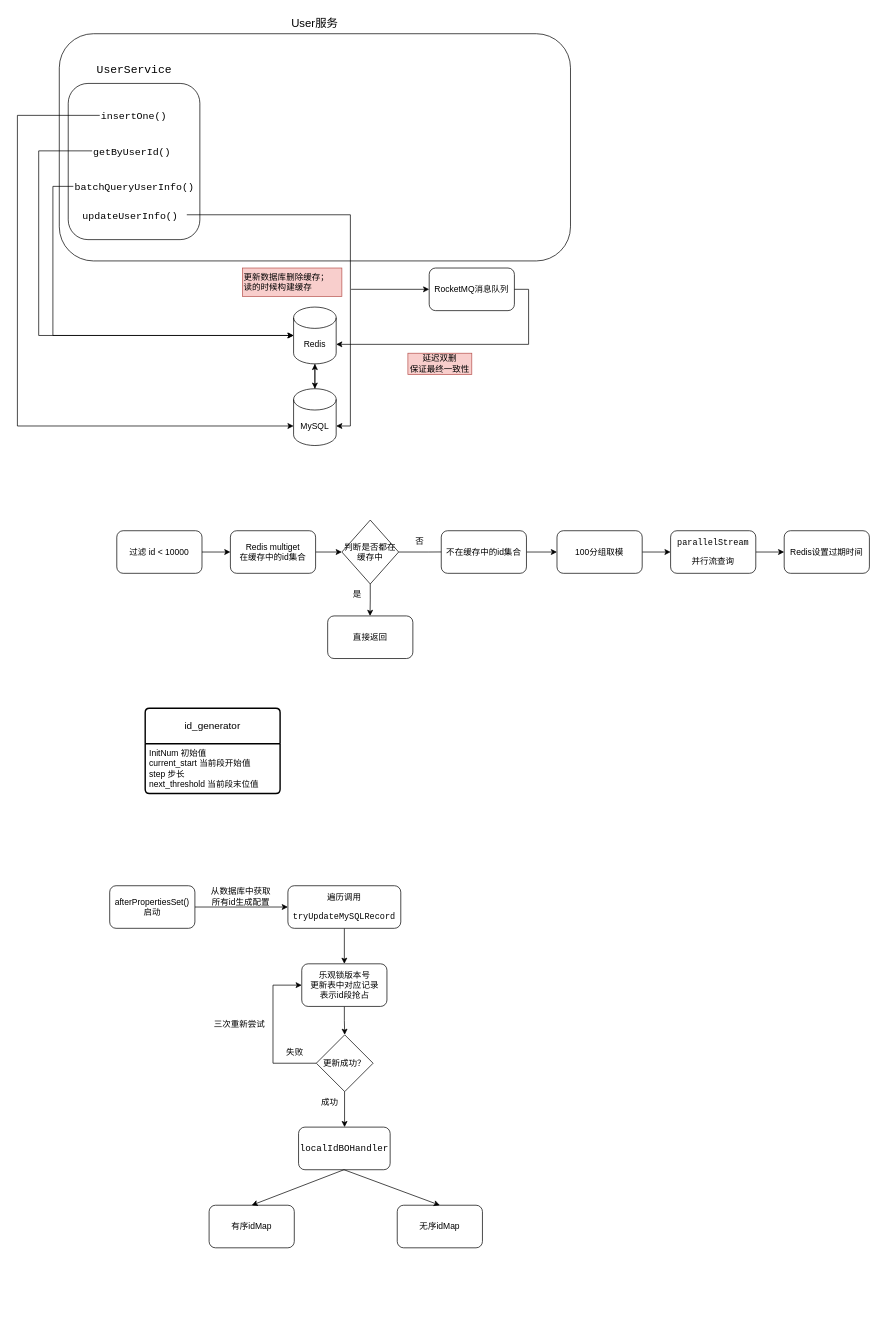
This is 直播项目.drawio from 1155200424/diagrams, a draw.io file, before an edit. Source tidied: cells renumbered, new cells numbered last; positions are measured from the earlier drawing's top-left corner, leaving out a move shared by most shapes. Both pictures are drawn from the tidied source at 71%, with x=0, y=0 at pixel (17, 12).
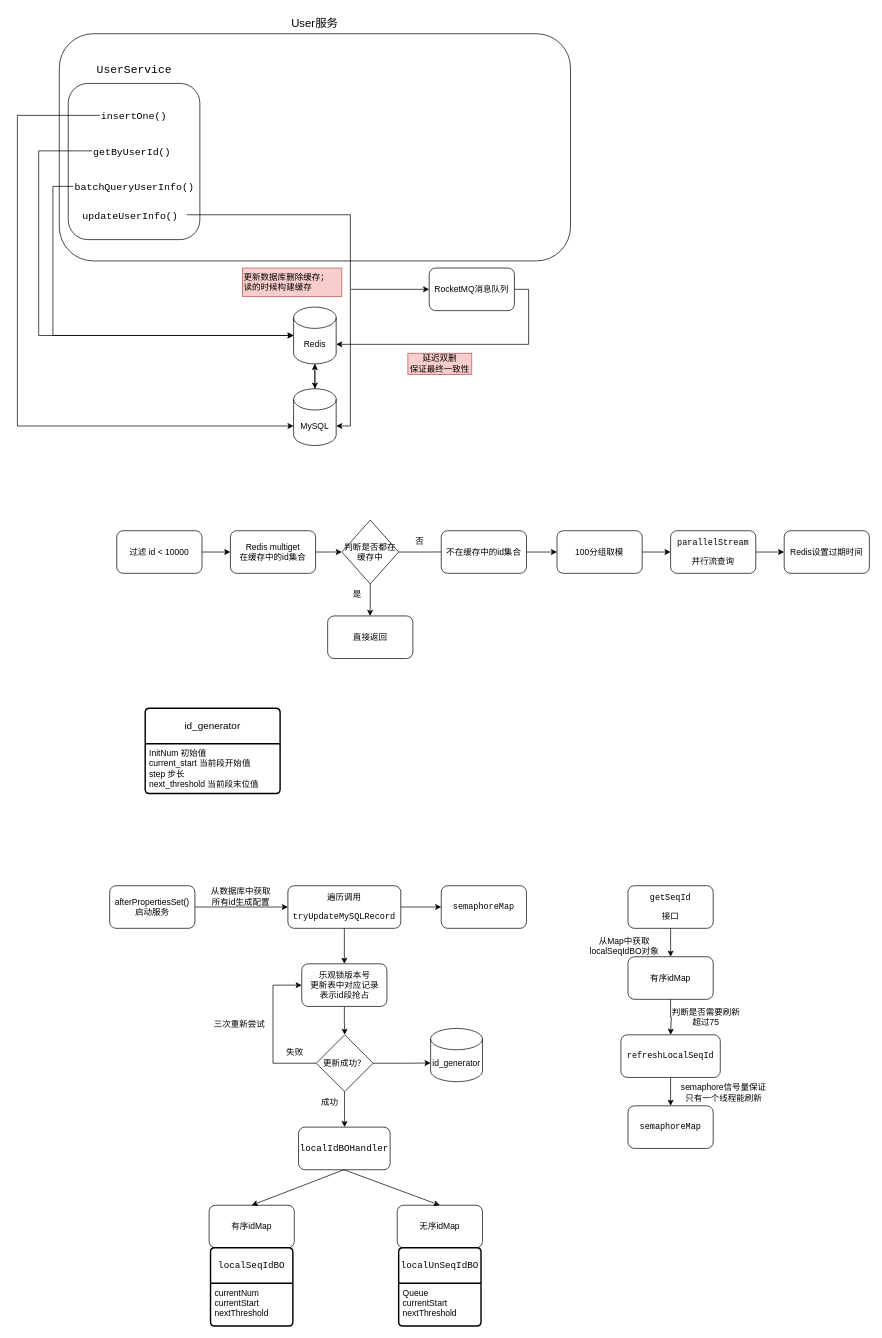
The same diagram, later.

Commit message:
更新直播项目.drawio

The change refers to these unchanged cells:
```xml
<mxCell id="46" value="&lt;div style=&quot;&quot;&gt;&lt;pre style=&quot;font-family: &amp;quot;JetBrains Mono&amp;quot;, monospace;&quot;&gt;遍历调用&lt;/pre&gt;&lt;pre style=&quot;font-family: &amp;quot;JetBrains Mono&amp;quot;, monospace;&quot;&gt;tryUpdateMySQLRecord&lt;/pre&gt;&lt;/div&gt;" style="rounded=1;whiteSpace=wrap;html=1;fontColor=default;labelBackgroundColor=none;" parent="1" vertex="1">
  <mxGeometry x="381" y="1230" width="159" height="60" as="geometry" />
</mxCell>
<mxCell id="52" value="更新成功？" style="rhombus;whiteSpace=wrap;html=1;" parent="1" vertex="1">
  <mxGeometry x="421" y="1440" width="80" height="80" as="geometry" />
</mxCell>
```

What changed in the source:
```diff
@@
-    <mxCell id="44" value="afterPropertiesSet()&lt;br&gt;启动" style="rounded=1;whiteSpace=wrap;html=1;" parent="1" vertex="1">
+    <mxCell id="44" value="afterPropertiesSet()&lt;br&gt;启动服务" style="rounded=1;whiteSpace=wrap;html=1;" parent="1" vertex="1">
       <mxGeometry x="130" y="1230" width="120" height="60" as="geometry" />
     </mxCell>
@@
+    <mxCell id="61" style="edgeStyle=orthogonalEdgeStyle;rounded=0;jettySize=auto;html=1;exitX=1;exitY=0.5;exitDx=0;exitDy=0;entryX=0;entryY=0.5;entryDx=0;entryDy=0;" parent="1" edge="1" source="46" target="72">
+      <mxGeometry relative="1" as="geometry" />
+    </mxCell>
@@
+    <mxCell id="62" value="&lt;div style=&quot;&quot;&gt;&lt;pre style=&quot;font-family: &amp;quot;JetBrains Mono&amp;quot;, monospace;&quot;&gt;&lt;font style=&quot;font-size: 13px;&quot;&gt;localSeqIdBO&lt;/font&gt;&lt;/pre&gt;&lt;/div&gt;" style="swimlane;horizontal=1;startSize=50;rounded=1;fontSize=14;fontStyle=0;strokeWidth=2;shadow=0;dashed=0;align=center;arcSize=4;whiteSpace=wrap;html=1;fontColor=default;labelBackgroundColor=none;" parent="1" vertex="1">
+      <mxGeometry x="272" y="1740" width="116" height="110" as="geometry" />
+    </mxCell>
+    <mxCell id="63" value="currentNum&lt;br&gt;currentStart&lt;br&gt;nextThreshold" style="align=left;strokeColor=none;fillColor=none;spacingLeft=4;fontSize=12;verticalAlign=top;html=1;" parent="62" vertex="1">
+      <mxGeometry y="50" width="116" height="60" as="geometry" />
+    </mxCell>
+    <mxCell id="64" value="&lt;div style=&quot;font-size: 13px;&quot;&gt;&lt;pre style=&quot;font-family: &amp;quot;JetBrains Mono&amp;quot;, monospace; font-size: 13px;&quot;&gt;&lt;div style=&quot;font-size: 13px;&quot;&gt;&lt;pre style=&quot;font-family: &amp;quot;JetBrains Mono&amp;quot;, monospace; font-size: 13px;&quot;&gt;localUnSeqIdBO&lt;/pre&gt;&lt;/div&gt;&lt;/pre&gt;&lt;/div&gt;" style="swimlane;horizontal=1;startSize=50;rounded=1;fontSize=13;fontStyle=0;strokeWidth=2;shadow=0;dashed=0;align=center;arcSize=4;whiteSpace=wrap;html=1;fontColor=default;labelBackgroundColor=none;" parent="1" vertex="1">
+      <mxGeometry x="537" y="1740" width="116" height="110" as="geometry" />
+    </mxCell>
+    <mxCell id="65" value="Queue&lt;br&gt;currentStart&lt;br&gt;nextThreshold" style="align=left;strokeColor=none;fillColor=none;spacingLeft=4;fontSize=12;verticalAlign=top;html=1;" parent="64" vertex="1">
+      <mxGeometry y="50" width="116" height="60" as="geometry" />
+    </mxCell>
+    <mxCell id="66" value="id_generator" style="shape=cylinder3;whiteSpace=wrap;html=1;boundedLbl=1;backgroundOutline=1;size=15;" parent="1" vertex="1">
+      <mxGeometry x="582" y="1431" width="73" height="75" as="geometry" />
+    </mxCell>
+    <mxCell id="67" style="edgeStyle=orthogonalEdgeStyle;rounded=0;jettySize=auto;html=1;exitX=1;exitY=0.5;exitDx=0;exitDy=0;entryX=0;entryY=0;entryDx=0;entryDy=48.75;entryPerimeter=0;" parent="1" edge="1" source="52" target="66">
+      <mxGeometry relative="1" as="geometry" />
+    </mxCell>
+    <mxCell id="68" value="&lt;div style=&quot;&quot;&gt;&lt;pre style=&quot;font-family: &amp;quot;JetBrains Mono&amp;quot;, monospace;&quot;&gt;&lt;font style=&quot;font-size: 12px;&quot;&gt;getSeqId&lt;/font&gt;&lt;/pre&gt;&lt;pre style=&quot;font-family: &amp;quot;JetBrains Mono&amp;quot;, monospace;&quot;&gt;接口&lt;/pre&gt;&lt;/div&gt;" style="rounded=1;whiteSpace=wrap;html=1;fontColor=default;labelBackgroundColor=none;" parent="1" vertex="1">
+      <mxGeometry x="860" y="1230" width="120" height="60" as="geometry" />
+    </mxCell>
+    <mxCell id="69" style="edgeStyle=orthogonalEdgeStyle;rounded=0;jettySize=auto;html=1;exitX=0.5;exitY=1;exitDx=0;exitDy=0;" parent="1" edge="1" source="70">
+      <mxGeometry relative="1" as="geometry">
+        <mxPoint x="920" y="1440" as="targetPoint" />
+        <Array as="points">
+          <mxPoint x="920" y="1415" />
+          <mxPoint x="921" y="1440" />
+        </Array>
+      </mxGeometry>
+    </mxCell>
+    <mxCell id="70" value="有序idMap" style="rounded=1;whiteSpace=wrap;html=1;" parent="1" vertex="1">
+      <mxGeometry x="860" y="1330" width="120" height="60" as="geometry" />
+    </mxCell>
+    <mxCell id="71" style="endArrow=classic;html=1;rounded=0;" parent="1" edge="1" target="70">
+      <mxGeometry relative="1" as="geometry">
+        <mxPoint x="920" y="1290" as="sourcePoint" />
+      </mxGeometry>
+    </mxCell>
+    <mxCell id="72" value="&lt;div style=&quot;&quot;&gt;&lt;pre style=&quot;font-family: &amp;quot;JetBrains Mono&amp;quot;, monospace;&quot;&gt;&lt;font style=&quot;font-size: 12px;&quot;&gt;semaphoreMap&lt;/font&gt;&lt;/pre&gt;&lt;/div&gt;" style="rounded=1;whiteSpace=wrap;html=1;fontColor=default;labelBackgroundColor=none;" parent="1" vertex="1">
+      <mxGeometry x="597" y="1230" width="120" height="60" as="geometry" />
+    </mxCell>
+    <mxCell id="73" value="从Map中获取localSeqIdBO对象" style="text;html=1;align=center;verticalAlign=middle;whiteSpace=wrap;rounded=0;" parent="1" vertex="1">
+      <mxGeometry x="800" y="1300" width="110" height="30" as="geometry" />
+    </mxCell>
+    <mxCell id="74" style="edgeStyle=orthogonalEdgeStyle;rounded=0;jettySize=auto;html=1;exitX=0.5;exitY=1;exitDx=0;exitDy=0;entryX=0.5;entryY=0;entryDx=0;entryDy=0;" parent="1" edge="1" source="75" target="77">
+      <mxGeometry relative="1" as="geometry" />
+    </mxCell>
+    <mxCell id="75" value="&lt;div style=&quot;font-size: 12px;&quot;&gt;&lt;pre style=&quot;font-family: &amp;quot;JetBrains Mono&amp;quot;, monospace; font-size: 12px;&quot;&gt;refreshLocalSeqId&lt;/pre&gt;&lt;/div&gt;" style="rounded=1;whiteSpace=wrap;html=1;fontSize=12;fontColor=default;labelBackgroundColor=none;" parent="1" vertex="1">
+      <mxGeometry x="850" y="1440" width="140" height="60" as="geometry" />
+    </mxCell>
+    <mxCell id="76" value="判断是否需要刷新&lt;br&gt;超过75" style="text;html=1;align=center;verticalAlign=middle;whiteSpace=wrap;rounded=0;" parent="1" vertex="1">
+      <mxGeometry x="920" y="1400" width="100" height="30" as="geometry" />
+    </mxCell>
+    <mxCell id="77" value="&lt;div style=&quot;background-color:#1e1f22;color:#bcbec4&quot;&gt;&lt;pre style=&quot;font-family:'JetBrains Mono',monospace;font-size:12.0pt;&quot;&gt;&lt;pre style=&quot;border-color: var(--border-color); color: rgb(0, 0, 0); font-size: 12px; background-color: rgb(251, 251, 251); font-family: &amp;quot;JetBrains Mono&amp;quot;, monospace;&quot;&gt;&lt;font style=&quot;border-color: var(--border-color);&quot;&gt;semaphoreMap&lt;/font&gt;&lt;/pre&gt;&lt;/pre&gt;&lt;/div&gt;" style="rounded=1;whiteSpace=wrap;html=1;" parent="1" vertex="1">
+      <mxGeometry x="860" y="1540" width="120" height="60" as="geometry" />
+    </mxCell>
+    <mxCell id="78" value="semaphore信号量保证只有一个线程能刷新" style="text;html=1;align=center;verticalAlign=middle;whiteSpace=wrap;rounded=0;" parent="1" vertex="1">
+      <mxGeometry x="930" y="1506" width="130" height="30" as="geometry" />
+    </mxCell>
```
